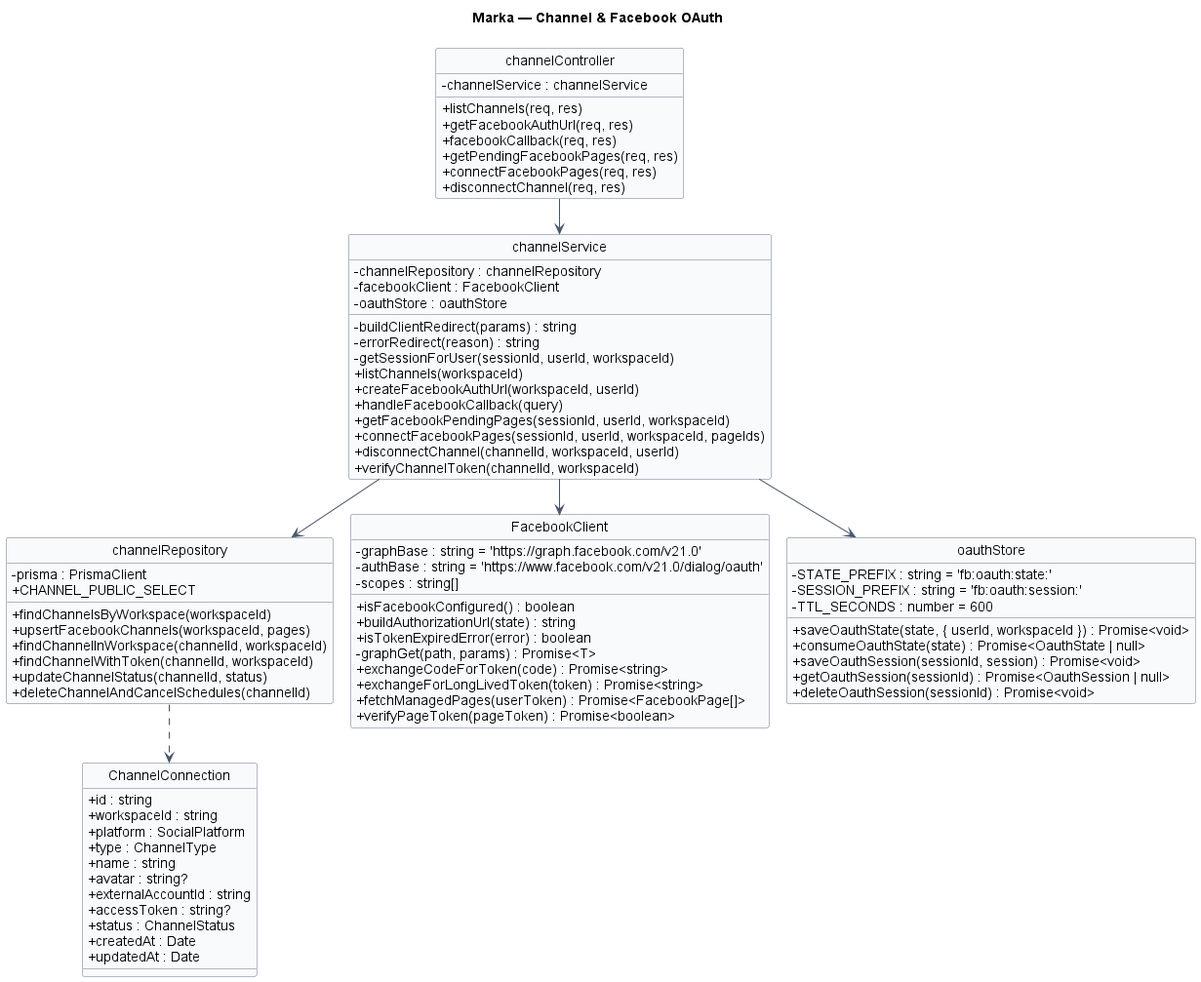
Above: docs/diagrams/04-channel.png in Pham-Hong-Ky/marka-capstone (PlantUML), before the change.
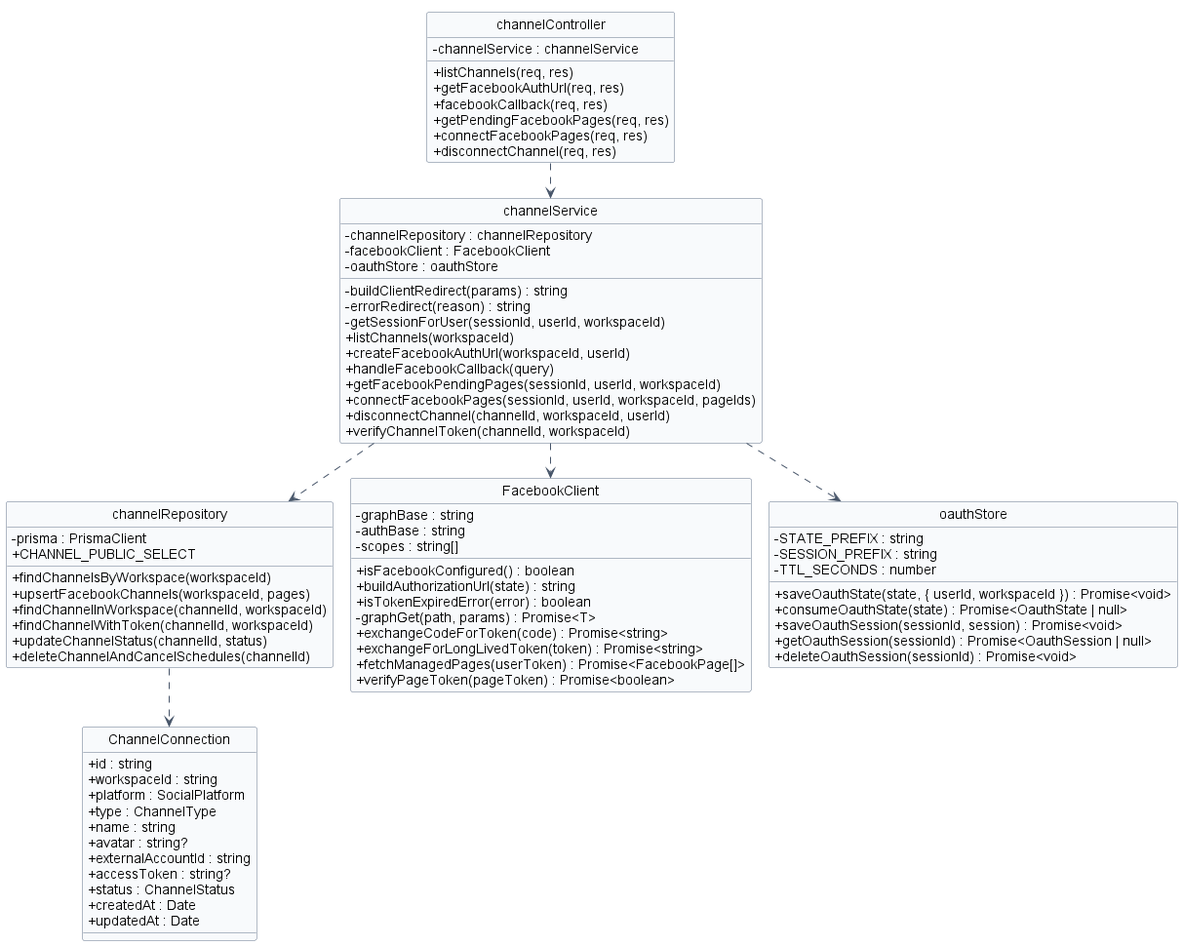
The same file after the commit.

Change to the diagram source:
```diff
@@ -2,7 +2,6 @@
 hide circle
 hide stereotype
 !pragma layout smetana
-title Marka — Channel & Facebook OAuth
 
 skinparam classAttributeIconSize 0
 skinparam linetype ortho
@@ -68,8 +67,8 @@
 }
 
 class "FacebookClient" as facebookClient {
-  - graphBase : string = 'https://graph.facebook.com/v21.0'
-  - authBase : string = 'https://www.facebook.com/v21.0/dialog/oauth'
+  - graphBase : string
+  - authBase : string
   - scopes : string[]
   + isFacebookConfigured() : boolean
   + buildAuthorizationUrl(state) : string
@@ -82,9 +81,9 @@
 }
 
 class "oauthStore" as oauthStore {
-  - STATE_PREFIX : string = 'fb:oauth:state:'
-  - SESSION_PREFIX : string = 'fb:oauth:session:'
-  - TTL_SECONDS : number = 600
+  - STATE_PREFIX : string
+  - SESSION_PREFIX : string
+  - TTL_SECONDS : number
   + saveOauthState(state, { userId, workspaceId }) : Promise<void>
   + consumeOauthState(state) : Promise<OauthState | null>
   + saveOauthSession(sessionId, session) : Promise<void>
@@ -92,10 +91,10 @@
   + deleteOauthSession(sessionId) : Promise<void>
 }
 
-channelController --> channelService
-channelService --> channelRepository
-channelService --> facebookClient
-channelService --> oauthStore
+channelController ..> channelService
+channelService ..> channelRepository
+channelService ..> facebookClient
+channelService ..> oauthStore
 channelRepository ..> ChannelConnection
 
 @enduml
```
